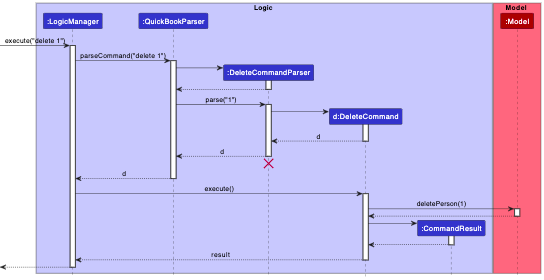
This is docs/images/DeleteSequenceDiagram.png from nus-cs2103-AY2223S2/tp, a PlantUML export, as it was before one commit. Its source is kept beside it as docs/diagrams/DeleteSequenceDiagram.puml.
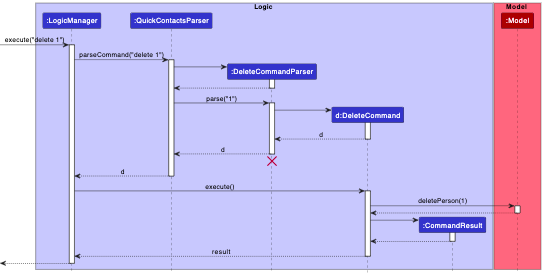
The same diagram one commit later.

Diff of the diagram source:
```diff
@@ -3,7 +3,7 @@
 
 box Logic LOGIC_COLOR_T1
 participant ":LogicManager" as LogicManager LOGIC_COLOR
-participant ":QuickBookParser" as QuickBookParser LOGIC_COLOR
+participant ":QuickContactsParser" as QuickContactsParser LOGIC_COLOR
 participant ":DeleteCommandParser" as DeleteCommandParser LOGIC_COLOR
 participant "d:DeleteCommand" as DeleteCommand LOGIC_COLOR
 participant ":CommandResult" as CommandResult LOGIC_COLOR
@@ -16,17 +16,17 @@
 [-> LogicManager : execute("delete 1")
 activate LogicManager
 
-LogicManager -> QuickBookParser : parseCommand("delete 1")
-activate QuickBookParser
+LogicManager -> QuickContactsParser : parseCommand("delete 1")
+activate QuickContactsParser
 
 create DeleteCommandParser
-QuickBookParser -> DeleteCommandParser
+QuickContactsParser -> DeleteCommandParser
 activate DeleteCommandParser
 
-DeleteCommandParser --> QuickBookParser
+DeleteCommandParser --> QuickContactsParser
 deactivate DeleteCommandParser
 
-QuickBookParser -> DeleteCommandParser : parse("1")
+QuickContactsParser -> DeleteCommandParser : parse("1")
 activate DeleteCommandParser
 
 create DeleteCommand
@@ -36,13 +36,13 @@
 DeleteCommand --> DeleteCommandParser : d
 deactivate DeleteCommand
 
-DeleteCommandParser --> QuickBookParser : d
+DeleteCommandParser --> QuickContactsParser : d
 deactivate DeleteCommandParser
-DeleteCommandParser -[hidden]-> QuickBookParser
+DeleteCommandParser -[hidden]-> QuickContactsParser
 destroy DeleteCommandParser
 
-QuickBookParser --> LogicManager : d
-deactivate QuickBookParser
+QuickContactsParser --> LogicManager : d
+deactivate QuickContactsParser
 
 LogicManager -> DeleteCommand : execute()
 activate DeleteCommand
```
